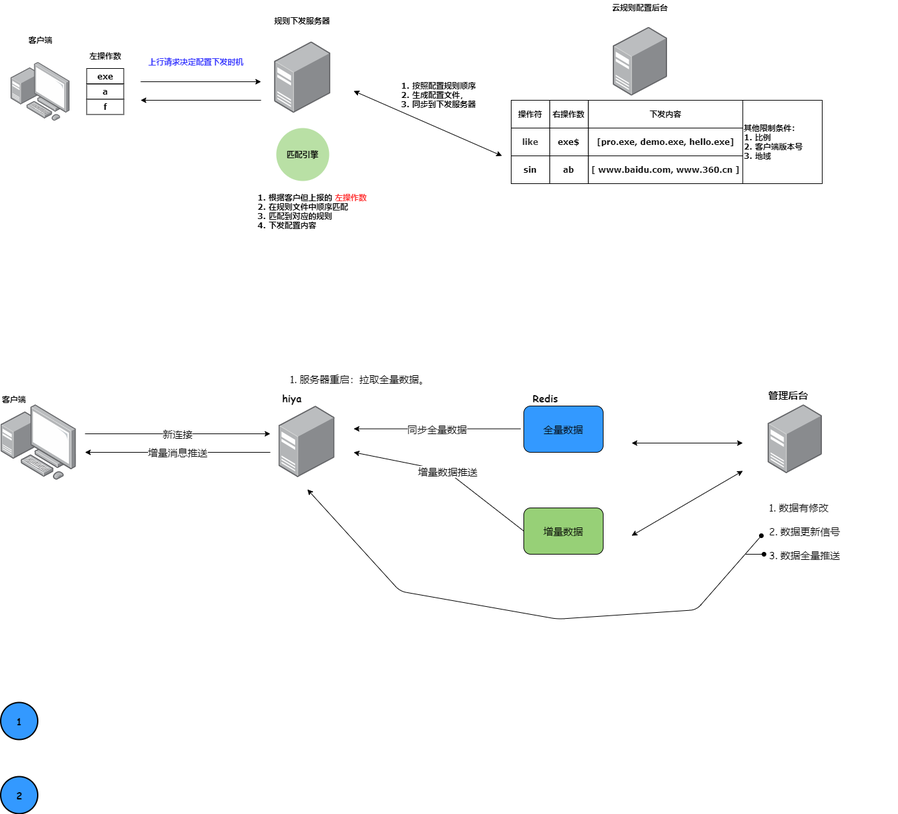
Before: net/Untitled Diagram.png, a diagram exported from draw.io (aizsfgk/cdn). Source tidied: cells renumbered, new cells last; positions are measured from the earlier drawing's top-left corner, leaving out a move shared by most shapes.
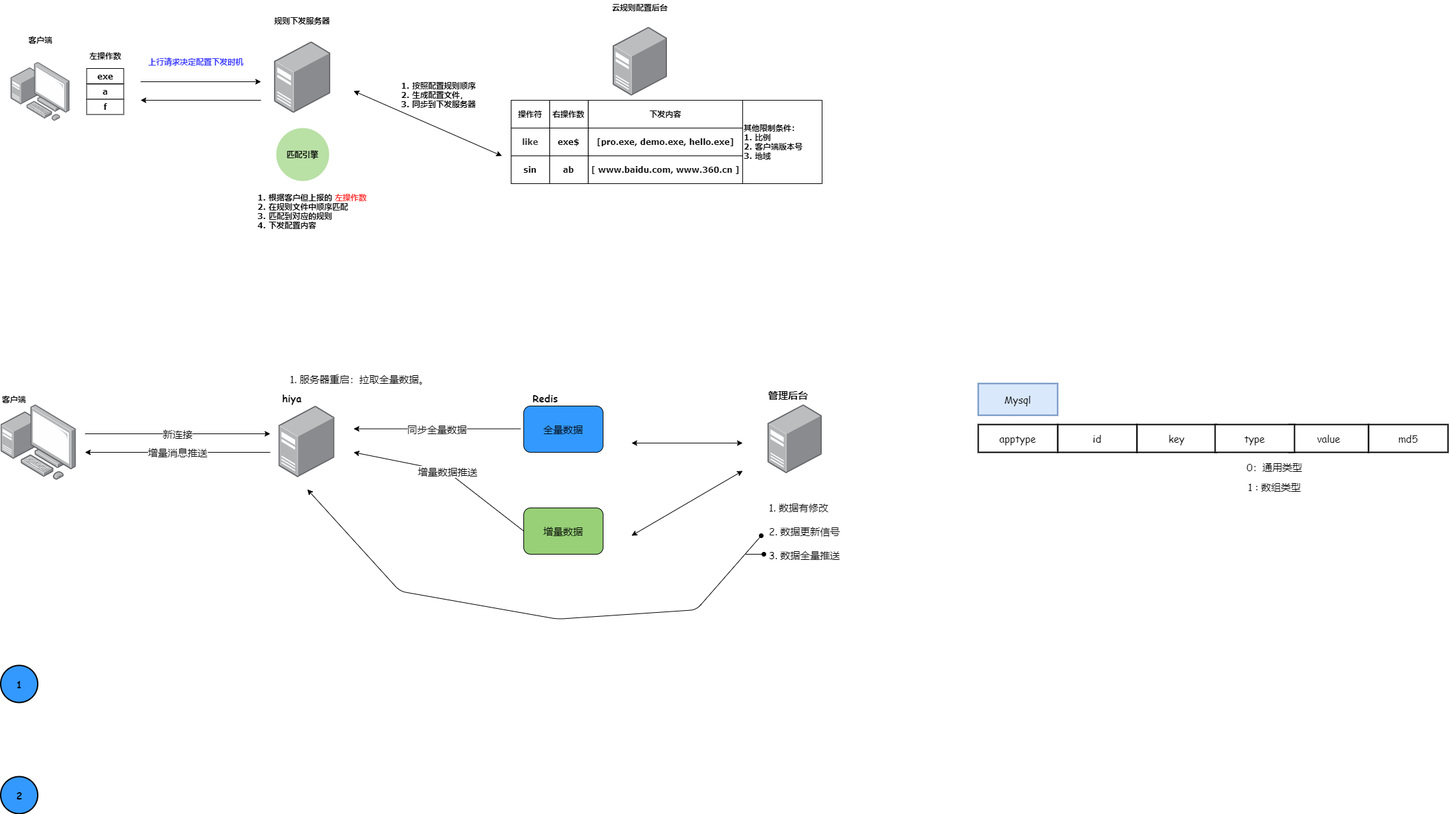
The same file after the commit.

Change to the diagram source:
```diff
@@ -156,7 +156,7 @@
       <mxGeometry x="791" y="590" width="66" height="20" as="geometry" />
     </mxCell>
     <mxCell id="47" value="1" style="ellipse;whiteSpace=wrap;html=1;labelBackgroundColor=none;fontFamily=Comic Sans MS;fontSize=15;fillColor=#3399FF;align=center;fontStyle=1;strokeWidth=2;" parent="1" vertex="1">
-      <mxGeometry x="0.5" y="1060" width="56" height="56" as="geometry" />
+      <mxGeometry x="0.5" y="1004" width="56" height="56" as="geometry" />
     </mxCell>
     <mxCell id="48" value="2" style="ellipse;whiteSpace=wrap;html=1;labelBackgroundColor=none;fontFamily=Comic Sans MS;fontSize=15;fillColor=#3399FF;align=center;fontStyle=1;strokeWidth=2;" parent="1" vertex="1">
       <mxGeometry x="0.5" y="1172" width="56" height="56" as="geometry" />
@@ -198,5 +198,32 @@
         <mxPoint x="1154" y="836" as="targetPoint" />
       </mxGeometry>
     </mxCell>
+    <mxCell id="54" value="Mysql" style="rounded=0;whiteSpace=wrap;html=1;labelBackgroundColor=none;fontFamily=Comic Sans MS;fontSize=15;strokeWidth=2;align=center;fillColor=#dae8fc;strokeColor=#6c8ebf;" parent="1" vertex="1">
+      <mxGeometry x="1478" y="578" width="120" height="48" as="geometry" />
+    </mxCell>
+    <mxCell id="55" value="id" style="rounded=0;whiteSpace=wrap;html=1;labelBackgroundColor=none;fontFamily=Comic Sans MS;fontSize=15;strokeWidth=2;align=center;fillColor=#FFFFFF;" parent="1" vertex="1">
+      <mxGeometry x="1598" y="640" width="120" height="42" as="geometry" />
+    </mxCell>
+    <mxCell id="56" value="key" style="rounded=0;whiteSpace=wrap;html=1;labelBackgroundColor=none;fontFamily=Comic Sans MS;fontSize=15;strokeWidth=2;align=center;fillColor=#FFFFFF;" parent="1" vertex="1">
+      <mxGeometry x="1718" y="640" width="120" height="42" as="geometry" />
+    </mxCell>
+    <mxCell id="57" value="value" style="rounded=0;whiteSpace=wrap;html=1;labelBackgroundColor=none;fontFamily=Comic Sans MS;fontSize=15;strokeWidth=2;align=center;fillColor=#FFFFFF;" parent="1" vertex="1">
+      <mxGeometry x="1948" y="640" width="120" height="42" as="geometry" />
+    </mxCell>
+    <mxCell id="58" value="type" style="rounded=0;whiteSpace=wrap;html=1;labelBackgroundColor=none;fontFamily=Comic Sans MS;fontSize=15;strokeWidth=2;align=center;fillColor=#FFFFFF;" parent="1" vertex="1">
+      <mxGeometry x="1836" y="640" width="120" height="42" as="geometry" />
+    </mxCell>
+    <mxCell id="59" value="0：通用类型" style="text;html=1;strokeColor=none;fillColor=none;align=center;verticalAlign=middle;whiteSpace=wrap;rounded=0;labelBackgroundColor=none;fontFamily=Comic Sans MS;fontSize=15;" parent="1" vertex="1">
+      <mxGeometry x="1876" y="694" width="100" height="20" as="geometry" />
+    </mxCell>
+    <mxCell id="60" value="1 : 数组类型" style="text;html=1;strokeColor=none;fillColor=none;align=center;verticalAlign=middle;whiteSpace=wrap;rounded=0;labelBackgroundColor=none;fontFamily=Comic Sans MS;fontSize=15;" parent="1" vertex="1">
+      <mxGeometry x="1876" y="724" width="100" height="20" as="geometry" />
+    </mxCell>
+    <mxCell id="61" value="md5" style="rounded=0;whiteSpace=wrap;html=1;labelBackgroundColor=none;fontFamily=Comic Sans MS;fontSize=15;strokeWidth=2;align=center;fillColor=#FFFFFF;" parent="1" vertex="1">
+      <mxGeometry x="2068" y="640" width="120" height="42" as="geometry" />
+    </mxCell>
+    <mxCell id="62" value="apptype" style="rounded=0;whiteSpace=wrap;html=1;labelBackgroundColor=none;fontFamily=Comic Sans MS;fontSize=15;strokeWidth=2;fillColor=#FFFFFF;align=center;" parent="1" vertex="1">
+      <mxGeometry x="1478" y="640" width="120" height="42" as="geometry" />
+    </mxCell>
   </root>
 </mxGraphModel>
```
